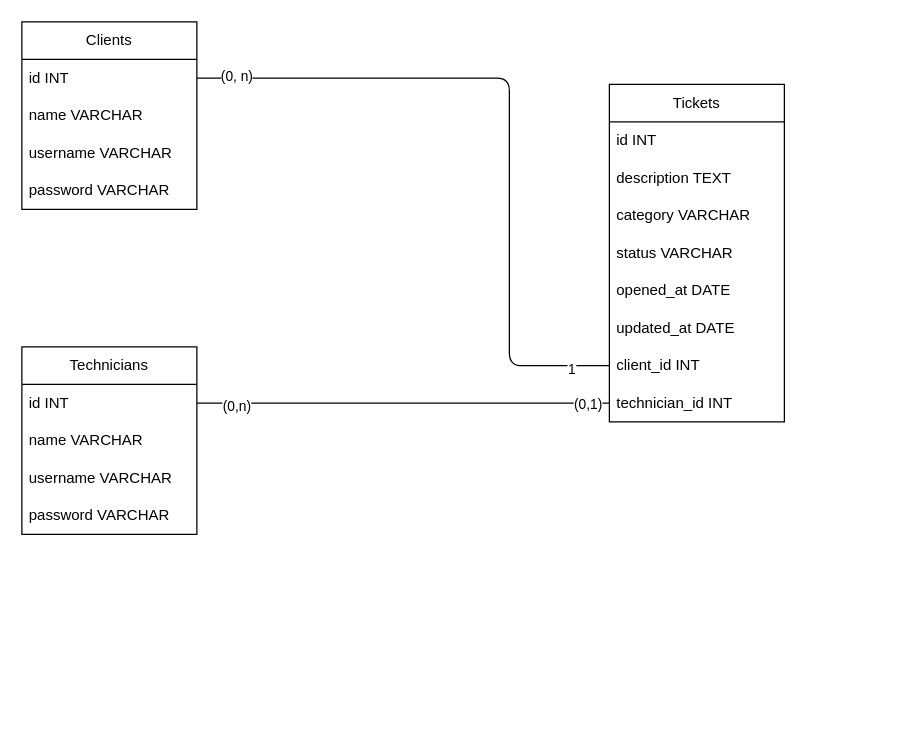
KimberlyMartins/OneBitCode-Ruby keeps this draw.io diagram as One bit code/4-Dados/7-modelando_bd.drawio. Above is the earlier version. Source tidied: cells renumbered, new cells numbered last; positions are measured from the earlier drawing's top-left corner, leaving out a move shared by most shapes. Both pictures are drawn from the tidied source at 125%, with x=0, y=0 at pixel (21, 21).
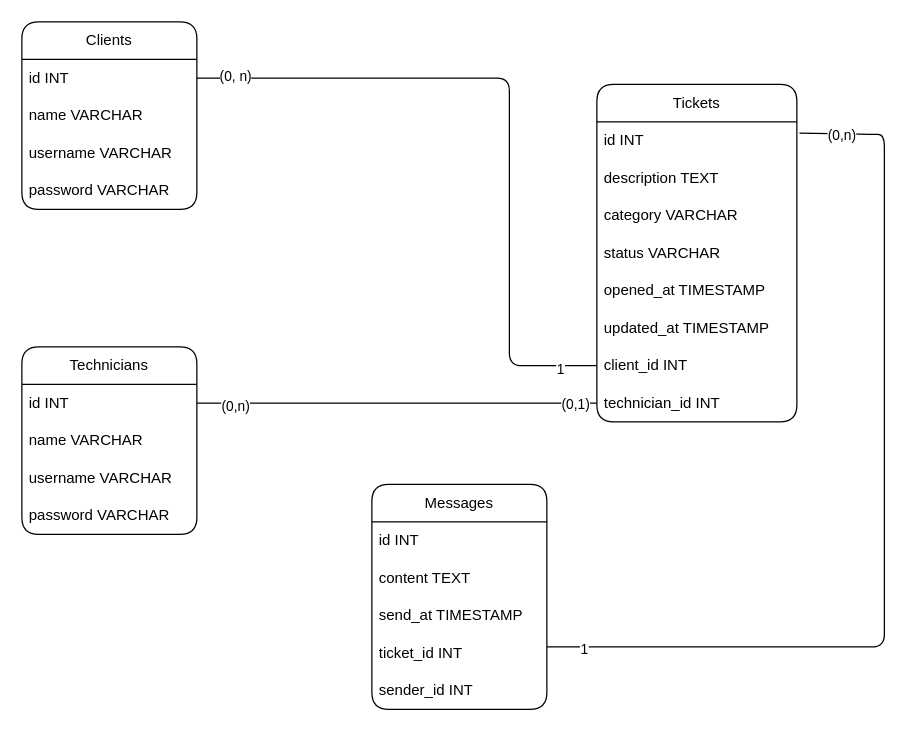
After the change.

What changed in the source:
```diff
@@
-    <mxCell id="2" value="Clients" style="swimlane;fontStyle=0;horizontal=1;startSize=30;whiteSpace=wrap;html=1;" parent="1" vertex="1">
+    <mxCell id="2" value="Clients" style="swimlane;fontStyle=0;horizontal=1;startSize=30;whiteSpace=wrap;html=1;rounded=1;" parent="1" vertex="1">
       <mxGeometry width="140" height="150" as="geometry" />
     </mxCell>
@@
-    <mxCell id="7" value="Technicians" style="swimlane;fontStyle=0;horizontal=1;startSize=30;whiteSpace=wrap;html=1;" parent="1" vertex="1">
+    <mxCell id="7" value="Technicians" style="swimlane;fontStyle=0;horizontal=1;startSize=30;whiteSpace=wrap;html=1;rounded=1;shadow=0;glass=0;" parent="1" vertex="1">
       <mxGeometry y="260" width="140" height="150" as="geometry" />
     </mxCell>
@@
-    <mxCell id="12" value="Tickets" style="swimlane;fontStyle=0;horizontal=1;startSize=30;whiteSpace=wrap;html=1;" parent="1" vertex="1">
-      <mxGeometry x="470" y="50" width="140" height="270" as="geometry" />
+    <mxCell id="12" value="Tickets" style="swimlane;fontStyle=0;horizontal=1;startSize=30;whiteSpace=wrap;html=1;rounded=1;" parent="1" vertex="1">
+      <mxGeometry x="460" y="50" width="160" height="270" as="geometry" />
     </mxCell>
-    <mxCell id="13" value="id INT" style="text;strokeColor=none;fillColor=none;align=left;verticalAlign=middle;spacingLeft=4;spacingRight=4;overflow=hidden;whiteSpace=wrap;html=1;" parent="12" vertex="1">
-      <mxGeometry y="30" width="140" height="30" as="geometry" />
-    </mxCell>
+    <mxCell id="27" value="id INT" style="text;strokeColor=none;fillColor=none;align=left;verticalAlign=middle;spacingLeft=4;spacingRight=4;overflow=hidden;points=[[0,0.5],[1,0.5]];portConstraint=eastwest;whiteSpace=wrap;html=1;rounded=1;" parent="12" vertex="1">
+      <mxGeometry y="30" width="160" height="30" as="geometry" />
+    </mxCell>
     <mxCell id="14" value="description TEXT" style="text;strokeColor=none;fillColor=none;align=left;verticalAlign=middle;spacingLeft=4;spacingRight=4;overflow=hidden;whiteSpace=wrap;html=1;" parent="12" vertex="1">
-      <mxGeometry y="60" width="140" height="30" as="geometry" />
+      <mxGeometry y="60" width="160" height="30" as="geometry" />
     </mxCell>
     <mxCell id="15" value="category VARCHAR" style="text;strokeColor=none;fillColor=none;align=left;verticalAlign=middle;spacingLeft=4;spacingRight=4;overflow=hidden;whiteSpace=wrap;html=1;" parent="12" vertex="1">
-      <mxGeometry y="90" width="140" height="30" as="geometry" />
+      <mxGeometry y="90" width="160" height="30" as="geometry" />
     </mxCell>
     <mxCell id="16" value="status VARCHAR" style="text;strokeColor=none;fillColor=none;align=left;verticalAlign=middle;spacingLeft=4;spacingRight=4;overflow=hidden;whiteSpace=wrap;html=1;" parent="12" vertex="1">
-      <mxGeometry y="120" width="140" height="30" as="geometry" />
+      <mxGeometry y="120" width="160" height="30" as="geometry" />
     </mxCell>
-    <mxCell id="17" value="opened_at DATE" style="text;strokeColor=none;fillColor=none;align=left;verticalAlign=middle;spacingLeft=4;spacingRight=4;overflow=hidden;whiteSpace=wrap;html=1;" parent="12" vertex="1">
-      <mxGeometry y="150" width="140" height="30" as="geometry" />
+    <mxCell id="17" value="opened_at TIMESTAMP" style="text;strokeColor=none;fillColor=none;align=left;verticalAlign=middle;spacingLeft=4;spacingRight=4;overflow=hidden;whiteSpace=wrap;html=1;" parent="12" vertex="1">
+      <mxGeometry y="150" width="160" height="30" as="geometry" />
     </mxCell>
-    <mxCell id="18" value="updated_at DATE" style="text;strokeColor=none;fillColor=none;align=left;verticalAlign=middle;spacingLeft=4;spacingRight=4;overflow=hidden;whiteSpace=wrap;html=1;" parent="12" vertex="1">
-      <mxGeometry y="180" width="140" height="30" as="geometry" />
+    <mxCell id="18" value="updated_at TIMESTAMP" style="text;strokeColor=none;fillColor=none;align=left;verticalAlign=middle;spacingLeft=4;spacingRight=4;overflow=hidden;whiteSpace=wrap;html=1;" parent="12" vertex="1">
+      <mxGeometry y="180" width="160" height="30" as="geometry" />
     </mxCell>
     <mxCell id="19" value="client_id INT" style="text;strokeColor=none;fillColor=none;align=left;verticalAlign=middle;spacingLeft=4;spacingRight=4;overflow=hidden;points=[[0,0.5],[1,0.5]];portConstraint=eastwest;whiteSpace=wrap;html=1;" parent="12" vertex="1">
-      <mxGeometry y="210" width="140" height="30" as="geometry" />
+      <mxGeometry y="210" width="160" height="30" as="geometry" />
     </mxCell>
     <mxCell id="20" value="technician_id INT" style="text;strokeColor=none;fillColor=none;align=left;verticalAlign=middle;spacingLeft=4;spacingRight=4;overflow=hidden;points=[[0,0.5],[1,0.5]];portConstraint=eastwest;whiteSpace=wrap;html=1;" parent="12" vertex="1">
-      <mxGeometry y="240" width="140" height="30" as="geometry" />
+      <mxGeometry y="240" width="160" height="30" as="geometry" />
     </mxCell>
@@
+    <mxCell id="28" value="Messages" style="swimlane;fontStyle=0;horizontal=1;startSize=30;whiteSpace=wrap;html=1;rounded=1;" parent="1" vertex="1">
+      <mxGeometry x="280" y="370" width="140" height="180" as="geometry" />
+    </mxCell>
+    <mxCell id="13" value="id INT" style="text;strokeColor=none;fillColor=none;align=left;verticalAlign=middle;spacingLeft=4;spacingRight=4;overflow=hidden;whiteSpace=wrap;html=1;" parent="28" vertex="1">
+      <mxGeometry y="30" width="140" height="30" as="geometry" />
+    </mxCell>
+    <mxCell id="29" value="content TEXT" style="text;strokeColor=none;fillColor=none;align=left;verticalAlign=middle;spacingLeft=4;spacingRight=4;overflow=hidden;whiteSpace=wrap;html=1;" parent="28" vertex="1">
+      <mxGeometry y="60" width="140" height="30" as="geometry" />
+    </mxCell>
+    <mxCell id="30" value="send_at TIMESTAMP" style="text;strokeColor=none;fillColor=none;align=left;verticalAlign=middle;spacingLeft=4;spacingRight=4;overflow=hidden;whiteSpace=wrap;html=1;" parent="28" vertex="1">
+      <mxGeometry y="90" width="140" height="30" as="geometry" />
+    </mxCell>
+    <mxCell id="31" value="ticket_id INT" style="text;strokeColor=none;fillColor=none;align=left;verticalAlign=middle;spacingLeft=4;spacingRight=4;overflow=hidden;points=[[0,0.5],[1,0.5]];portConstraint=eastwest;whiteSpace=wrap;html=1;" parent="28" vertex="1">
+      <mxGeometry y="120" width="140" height="30" as="geometry" />
+    </mxCell>
+    <mxCell id="32" value="sender_id INT" style="text;strokeColor=none;fillColor=none;align=left;verticalAlign=middle;spacingLeft=4;spacingRight=4;overflow=hidden;whiteSpace=wrap;html=1;" parent="28" vertex="1">
+      <mxGeometry y="150" width="140" height="30" as="geometry" />
+    </mxCell>
+    <mxCell id="33" style="endArrow=none;html=1;exitX=1;exitY=0.333;exitDx=0;exitDy=0;entryX=1.013;entryY=0.3;entryDx=0;entryDy=0;entryPerimeter=0;exitPerimeter=0;" parent="1" edge="1" source="31" target="27">
+      <mxGeometry relative="1" as="geometry">
+        <Array as="points">
+          <mxPoint x="690" y="500" />
+          <mxPoint x="690" y="290" />
+          <mxPoint x="690" y="190" />
+          <mxPoint x="690" y="130" />
+          <mxPoint x="690" y="90" />
+          <mxPoint x="680" y="90" />
+        </Array>
+      </mxGeometry>
+    </mxCell>
+    <mxCell id="34" value="1" style="edgeLabel;html=1;align=center;verticalAlign=middle;" parent="33" vertex="1">
+      <mxGeometry x="-0.92" y="-2" relative="1" as="geometry" />
+    </mxCell>
+    <mxCell id="35" value="(0,n)" style="edgeLabel;html=1;align=center;verticalAlign=middle;" parent="33" vertex="1">
+      <mxGeometry x="0.91" y="1" relative="1" as="geometry" />
+    </mxCell>
```
